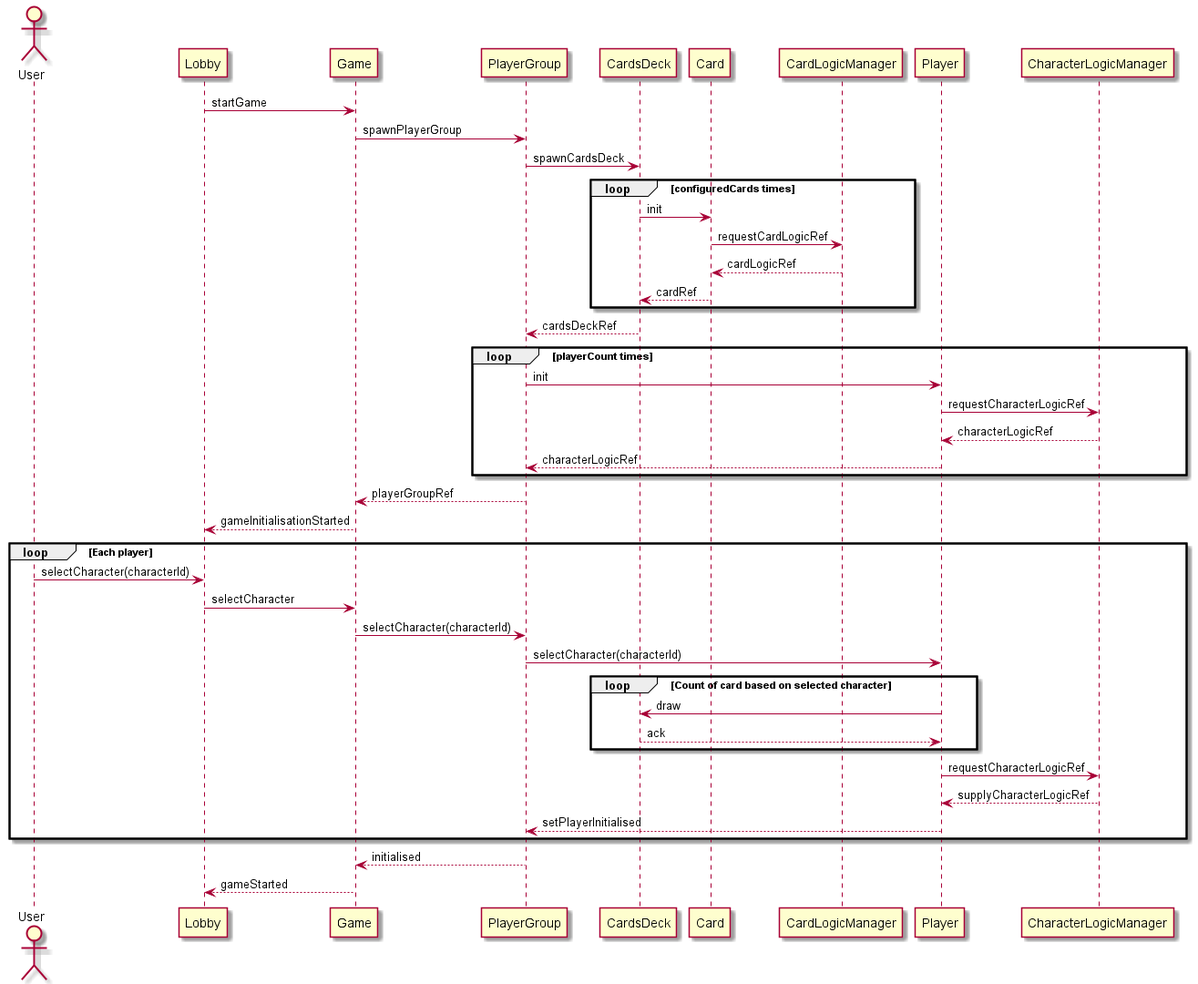
Earlier version of the PlantUML export design/uml/sequence-diagram/game-initialization-sequence.png (ondramastik/Bang-online).
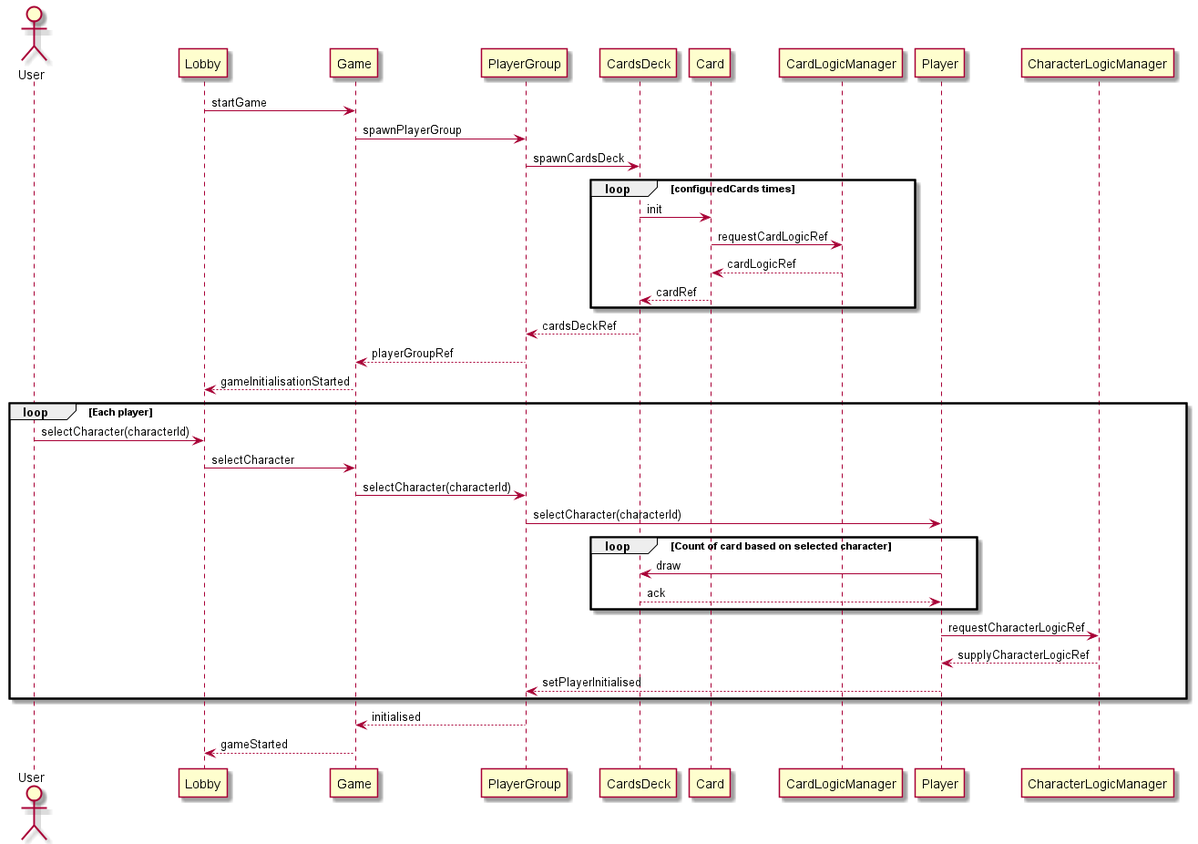
After the change.

Commit message:
Update game initialisation diagram generated png

Change to the diagram source:
```diff
@@ -18,15 +18,6 @@
 
 CardsDeck --> PlayerGroup: cardsDeckRef
 
-
-loop playerCount times
-    PlayerGroup -> Player : init
-
-    Player -> CharacterLogicManager: requestCharacterLogicRef
-    return characterLogicRef
-
-    Player --> PlayerGroup : characterLogicRef
-end
 
 PlayerGroup --> Game: playerGroupRef
 
```
